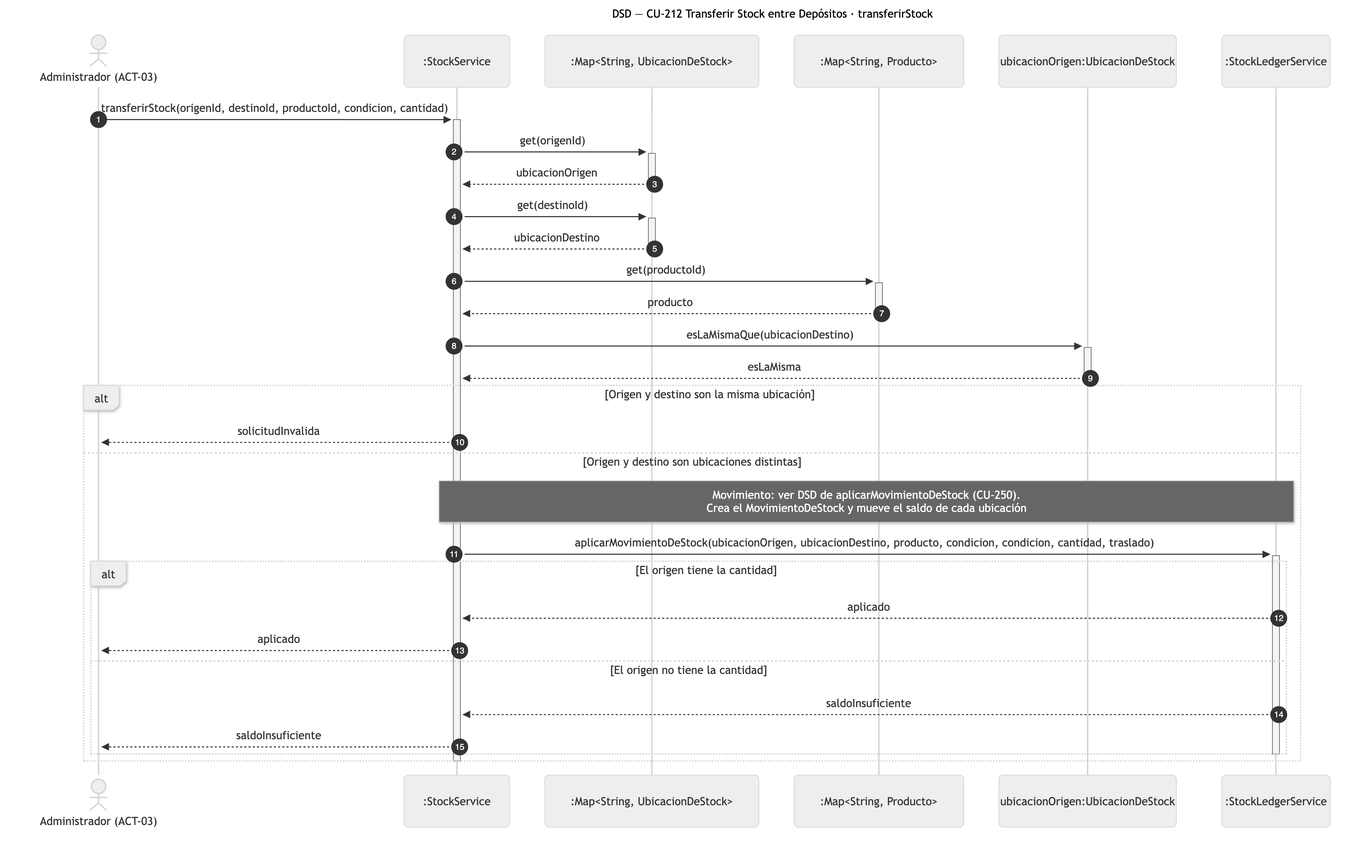
Earlier version of the Mermaid export diagramas/png/DSD_CU-212_transferirStock.png (Nahuelito-Dev/splg-docs). Its source is kept beside it as diagramas/DSD_CU-212_transferirStock.mmd.
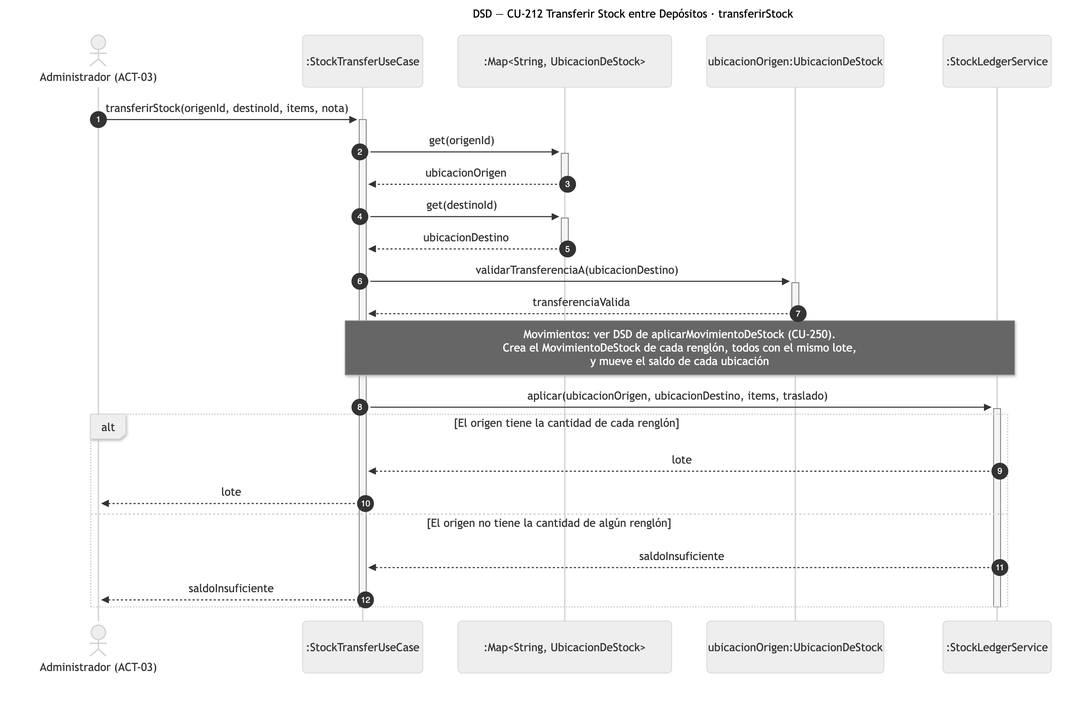
Later version of the same file.

The edit, as a diff of the source:
```diff
@@ -2,33 +2,26 @@
     title DSD — CU-212 Transferir Stock entre Depósitos · transferirStock
     autonumber
     actor ADM as Administrador (ACT-03)
-    participant SRV as :StockService
+    participant SRV as :StockTransferUseCase
     participant COL as :Map#lt;String, UbicacionDeStock#gt;
-    participant PRS as :Map#lt;String, Producto#gt;
     participant ORI as ubicacionOrigen:UbicacionDeStock
     participant LED as :StockLedgerService
 
-    ADM->>+SRV: transferirStock(origenId, destinoId, productoId, condicion, cantidad)
+    ADM->>+SRV: transferirStock(origenId, destinoId, items, nota)
     SRV->>+COL: get(origenId)
     COL-->>-SRV: ubicacionOrigen
     SRV->>+COL: get(destinoId)
     COL-->>-SRV: ubicacionDestino
-    SRV->>+PRS: get(productoId)
-    PRS-->>-SRV: producto
-    SRV->>+ORI: esLaMismaQue(ubicacionDestino)
-    ORI-->>-SRV: esLaMisma
-    alt Origen y destino son la misma ubicación
-        SRV-->>ADM: solicitudInvalida
-    else Origen y destino son ubicaciones distintas
-        Note over SRV,LED: Movimiento: ver DSD de aplicarMovimientoDeStock (CU-250).<br/>Crea el MovimientoDeStock y mueve el saldo de cada ubicación
-        SRV->>+LED: aplicarMovimientoDeStock(ubicacionOrigen, ubicacionDestino, producto, condicion, condicion, cantidad, traslado)
-        alt El origen tiene la cantidad
-            LED-->>SRV: aplicado
-            SRV-->>ADM: aplicado
-        else El origen no tiene la cantidad
-            LED-->>SRV: saldoInsuficiente
-            SRV-->>ADM: saldoInsuficiente
-        end
-        deactivate LED
+    SRV->>+ORI: validarTransferenciaA(ubicacionDestino)
+    ORI-->>-SRV: transferenciaValida
+    Note over SRV,LED: Movimientos: ver DSD de aplicarMovimientoDeStock (CU-250).<br/>Crea el MovimientoDeStock de cada renglón, todos con el mismo lote,<br/>y mueve el saldo de cada ubicación
+    SRV->>+LED: aplicar(ubicacionOrigen, ubicacionDestino, items, traslado)
+    alt El origen tiene la cantidad de cada renglón
+        LED-->>SRV: lote
+        SRV-->>ADM: lote
+    else El origen no tiene la cantidad de algún renglón
+        LED-->>SRV: saldoInsuficiente
+        SRV-->>ADM: saldoInsuficiente
     end
+    deactivate LED
     deactivate SRV
```
